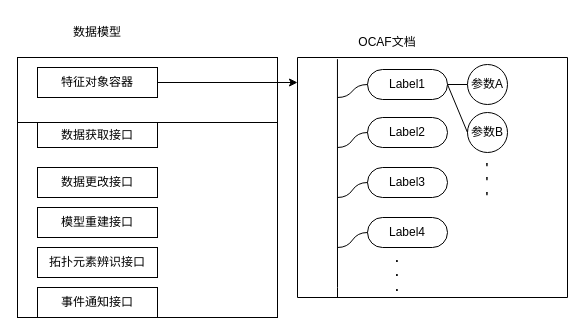
liuhuliuhu123/First-test keeps this draw.io diagram as 数据模型图.drawio. Above is the earlier version. Source tidied: cells renumbered, new cells numbered last; positions are measured from the earlier drawing's top-left corner, leaving out a move shared by most shapes. Both pictures are drawn from the tidied source at 100%, with x=0, y=0 at pixel (17, 17).
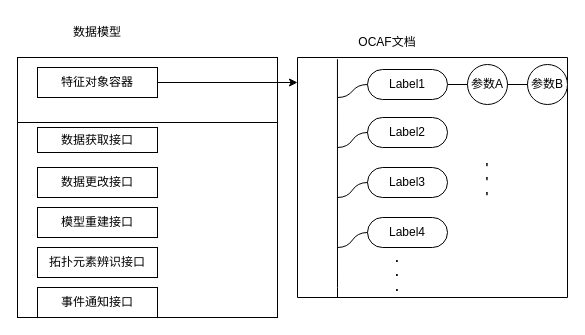
After the change.

Commit message (it also covers changes not shown here):
更新数据模型图.drawio

The change refers to these unchanged cells:
```xml
<mxCell id="12" style="swimlane;startSize=0;" parent="1" vertex="1">
  <mxGeometry x="280" y="40" width="270" height="240" as="geometry" />
</mxCell>
<mxCell id="14" value="Label1" style="whiteSpace=wrap;html=1;rounded=1;arcSize=50;align=center;verticalAlign=middle;strokeWidth=1;spacing=4;newEdgeStyle={&quot;edgeStyle&quot;:&quot;entityRelationEdgeStyle&quot;,&quot;startArrow&quot;:&quot;none&quot;,&quot;endArrow&quot;:&quot;none&quot;,&quot;segment&quot;:10,&quot;curved&quot;:1,&quot;sourcePerimeterSpacing&quot;:0,&quot;targetPerimeterSpacing&quot;:0};" parent="12" vertex="1">
  <mxGeometry x="70" y="12" width="80" height="30" as="geometry" />
</mxCell>
<mxCell id="23" value="参数A" style="ellipse;whiteSpace=wrap;html=1;" parent="12" vertex="1">
  <mxGeometry x="170" y="7" width="40" height="40" as="geometry" />
</mxCell>
```

What changed in the source:
```diff
@@
     <mxCell id="7" value="数据获取接口" style="rounded=0;whiteSpace=wrap;html=1;" parent="1" vertex="1">
-      <mxGeometry x="20" y="105" width="120" height="25" as="geometry" />
+      <mxGeometry x="20" y="110" width="120" height="25" as="geometry" />
     </mxCell>
@@
     <mxCell id="24" value="参数B" style="ellipse;whiteSpace=wrap;html=1;" parent="12" vertex="1">
-      <mxGeometry x="170" y="55" width="40" height="40" as="geometry" />
+      <mxGeometry x="230" y="7" width="40" height="40" as="geometry" />
     </mxCell>
-    <mxCell id="25" style="endArrow=none;html=1;rounded=0;entryX=1;entryY=0.5;entryDx=0;entryDy=0;" parent="12" edge="1" target="14">
-      <mxGeometry relative="1" as="geometry">
-        <mxPoint x="170" y="75" as="sourcePoint" />
-      </mxGeometry>
+    <mxCell id="25" style="endArrow=none;html=1;rounded=0;entryX=1;entryY=0.5;entryDx=0;entryDy=0;exitX=0;exitY=0.5;exitDx=0;exitDy=0;" parent="12" edge="1" source="24" target="23">
+      <mxGeometry relative="1" as="geometry" />
     </mxCell>
```
